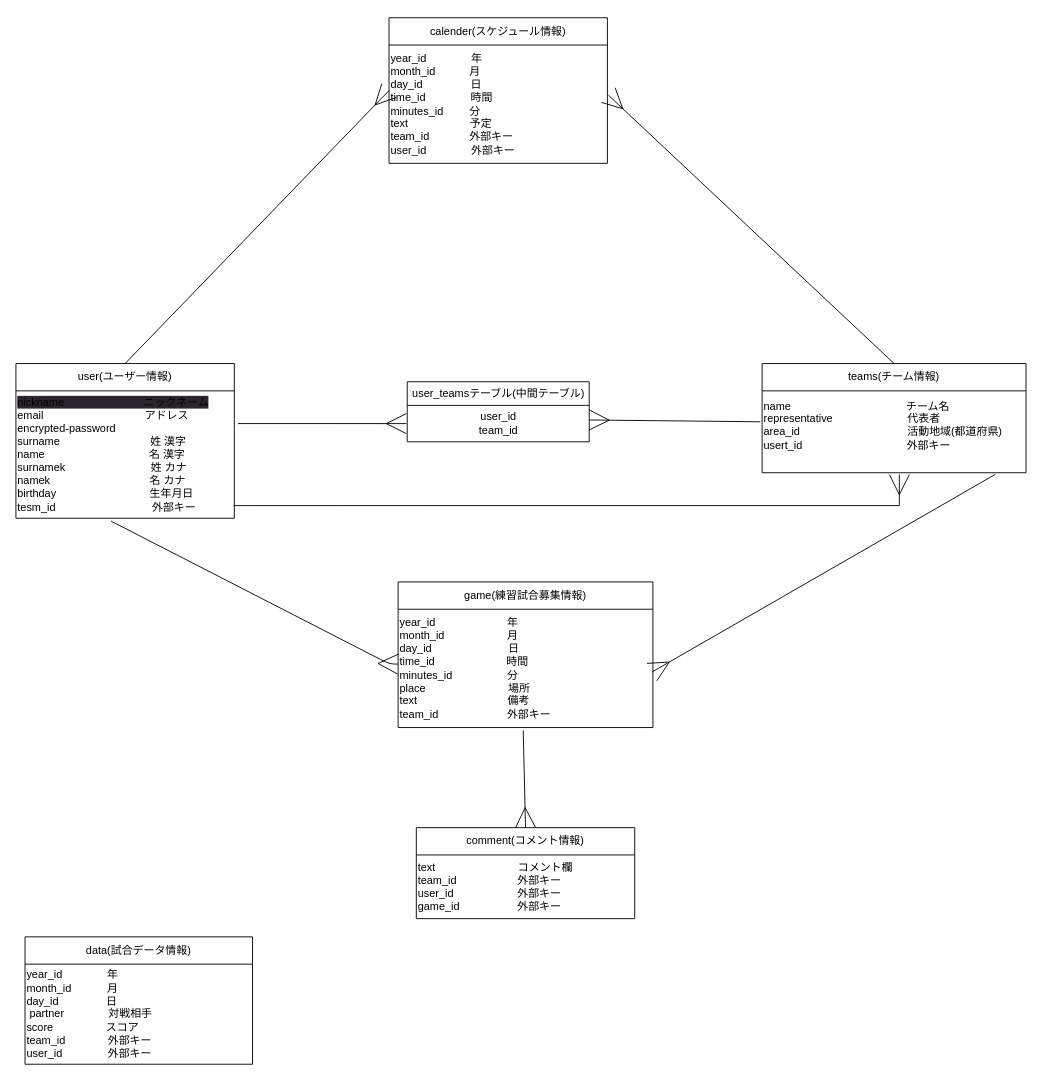
Above: test.dio in arakikeita/soccer-team (draw.io), before the change. Source tidied: cells renumbered, new cells numbered last; positions are measured from the earlier drawing's top-left corner, leaving out a move shared by most shapes. Both pictures are drawn from the tidied source at 91%, with x=0, y=0 at pixel (15, 17).
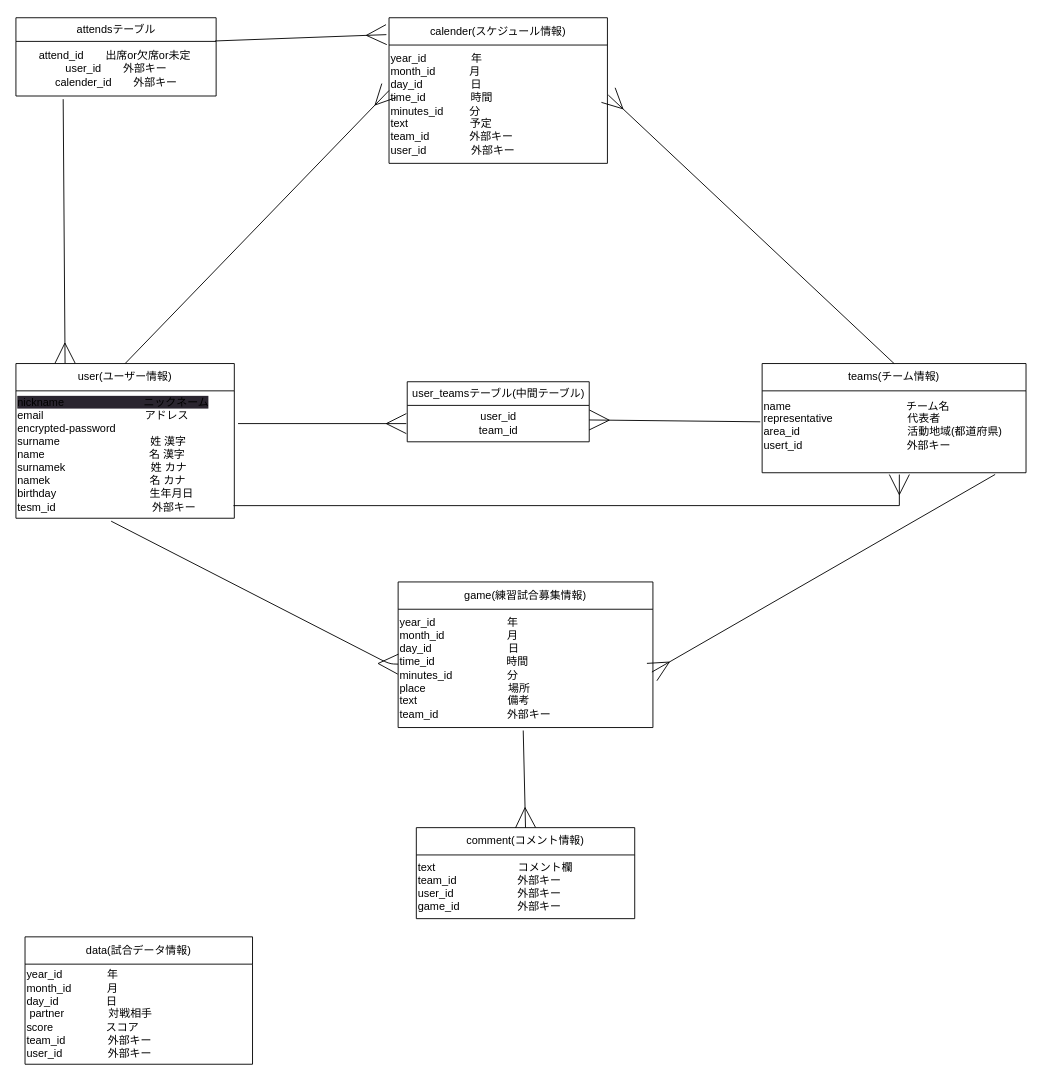
Above is the later version.

Commit message (it also covers changes not shown here):
attendsテーブル作成　README

The change refers to these unchanged cells:
```xml
<mxCell id="2" value="user(ユーザー情報)" style="swimlane;fontStyle=0;horizontal=1;startSize=30;whiteSpace=wrap;html=1;" parent="1" vertex="1">
  <mxGeometry y="380" width="240" height="170" as="geometry" />
</mxCell>
<mxCell id="6" value="calender(スケジュール情報)" style="swimlane;fontStyle=0;horizontal=1;startSize=30;whiteSpace=wrap;html=1;" parent="1" vertex="1">
  <mxGeometry x="410" width="240" height="160" as="geometry" />
</mxCell>
```

Change to the diagram source:
```diff
@@
+    <mxCell id="24" value="attendsテーブル" style="swimlane;fontStyle=0;horizontal=1;startSize=26;fillColor=none;html=1;" parent="1" vertex="1">
+      <mxGeometry width="220" height="86" as="geometry" />
+    </mxCell>
+    <mxCell id="25" value="attend_id　　出席or欠席or未定&amp;nbsp;&lt;br&gt;user_id　　外部キー&lt;br&gt;calender_id　　外部キー" style="text;html=1;align=center;verticalAlign=middle;points=[];strokeColor=none;fillColor=none;" parent="24" vertex="1">
+      <mxGeometry y="26" width="220" height="60" as="geometry" />
+    </mxCell>
+    <mxCell id="26" style="endArrow=ERmany;html=1;entryX=0.225;entryY=-0.003;entryDx=0;entryDy=0;entryPerimeter=0;exitX=0.236;exitY=1.058;exitDx=0;exitDy=0;exitPerimeter=0;endFill=0;endSize=20;" parent="1" edge="1" source="25" target="2">
+      <mxGeometry relative="1" as="geometry" />
+    </mxCell>
+    <mxCell id="27" style="endArrow=ERmany;html=1;endSize=20;entryX=-0.012;entryY=0.116;entryDx=0;entryDy=0;entryPerimeter=0;exitX=0.995;exitY=-0.008;exitDx=0;exitDy=0;exitPerimeter=0;endFill=0;" parent="1" edge="1" source="25" target="6">
+      <mxGeometry relative="1" as="geometry" />
+    </mxCell>
```
